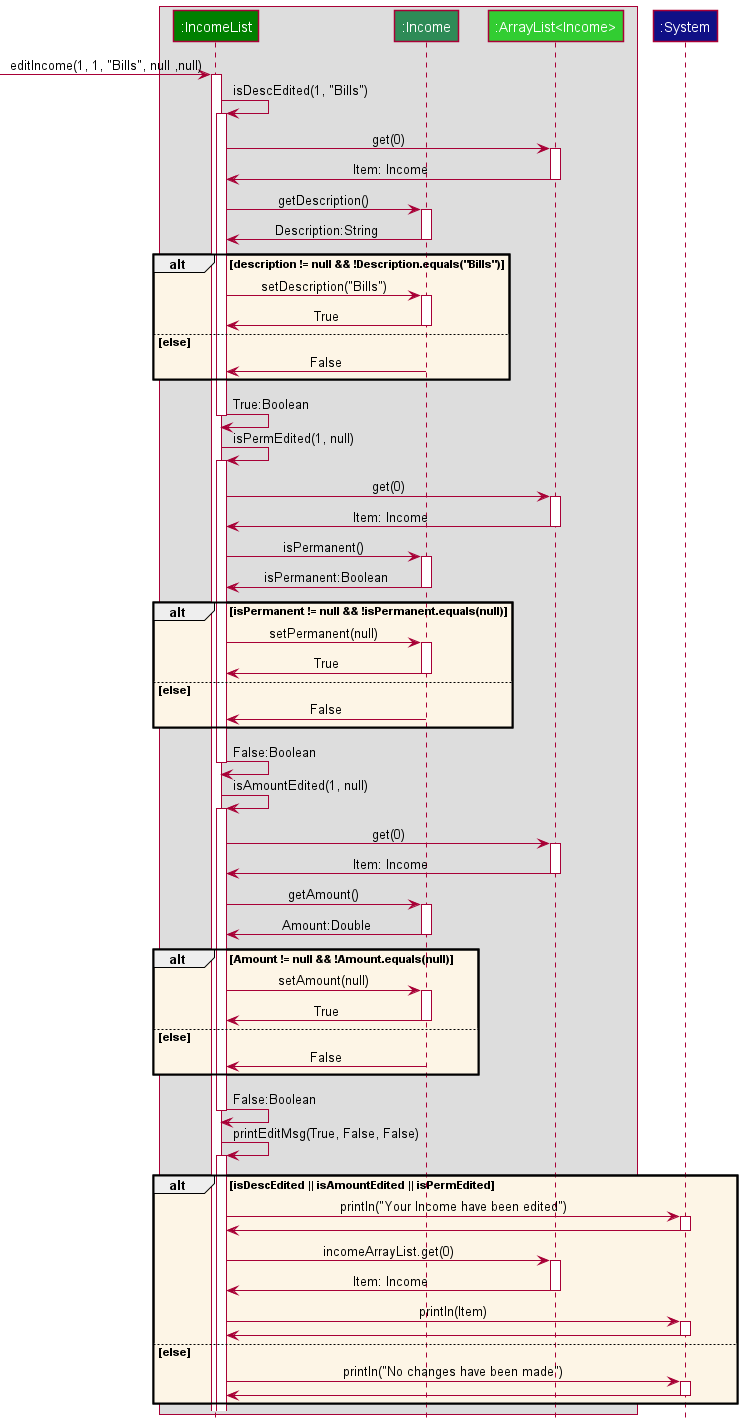
Above: docs/images/EditIncomeSequence.png in nus-cs2113-AY2122S2/tp (PlantUML), before the change. Source of this version:
```plantuml
@startuml
!include style.puml

box
    participant ":IncomeList" as Ilist MONEY_COLOR
    participant ":Income" as Inc MONEY_COLOR_T1
    participant ":ArrayList<Income>" as Alist MONEY_COLOR_T2
end box

participant ":System" as System LOGIC_COLOR

[-> Ilist: editIncome(1, 1, "Bills", null ,null)
activate Ilist
Ilist -> Ilist: isDescEdited(1, "Bills")
activate Ilist
Ilist -> Alist: get(0)
activate Alist
Alist -> Ilist : Item: Income
deactivate Alist
Ilist -> Inc: getDescription()
activate Inc
Inc -> Ilist: Description:String
deactivate Inc

alt OPT_COLOR description != null && !Description.equals("Bills")
    Ilist -> Inc: setDescription("Bills")
    activate Inc
    Inc -> Ilist: True
    deactivate Inc
else else
    Inc -> Ilist: False
    deactivate Inc
end alt

Ilist -> Ilist: True:Boolean
deactivate Ilist
deactivate Alist

Ilist -> Ilist: isPermEdited(1, null)
activate Ilist
Ilist -> Alist: get(0)
activate Alist
Alist -> Ilist : Item: Income
deactivate Alist
Ilist -> Inc: isPermanent()
activate Inc
Inc -> Ilist: isPermanent:Boolean
deactivate Inc

alt OPT_COLOR isPermanent != null && !isPermanent.equals(null)
    Ilist -> Inc: setPermanent(null)
    activate Inc
    Inc -> Ilist: True
    deactivate Inc
else else
    Inc -> Ilist: False
    deactivate Inc
end alt

Ilist -> Ilist: False:Boolean
deactivate Ilist
deactivate Alist

Ilist -> Ilist: isAmountEdited(1, null)
activate Ilist
Ilist -> Alist: get(0)
activate Alist
Alist -> Ilist : Item: Income
deactivate Alist
Ilist -> Inc: getAmount()
activate Inc
Inc -> Ilist: Amount:Double
deactivate Inc

alt OPT_COLOR Amount != null && !Amount.equals(null)
    Ilist -> Inc: setAmount(null)
    activate Inc
    Inc -> Ilist: True
    deactivate Inc
else else
    Inc -> Ilist: False
    deactivate Inc
end alt

Ilist -> Ilist: False:Boolean
deactivate Ilist
deactivate Alist

Ilist -> Ilist: printEditMsg(True, False, False)
activate Ilist
alt OPT_COLOR isDescEdited || isAmountEdited || isPermEdited
    Ilist -> System:println("Your Income have been edited")
    activate System
    Ilist <- System
    deactivate System
    Ilist -> Alist: incomeArrayList.get(0)
    activate Alist
    Alist -> Ilist : Item: Income
    deactivate Alist
    Ilist -> System:println(Item)
    activate System
    Ilist <- System
    deactivate System
else else
    Ilist -> System:println("No changes have been made")
    activate System
    Ilist <- System
    deactivate System
end alt




@enduml
```
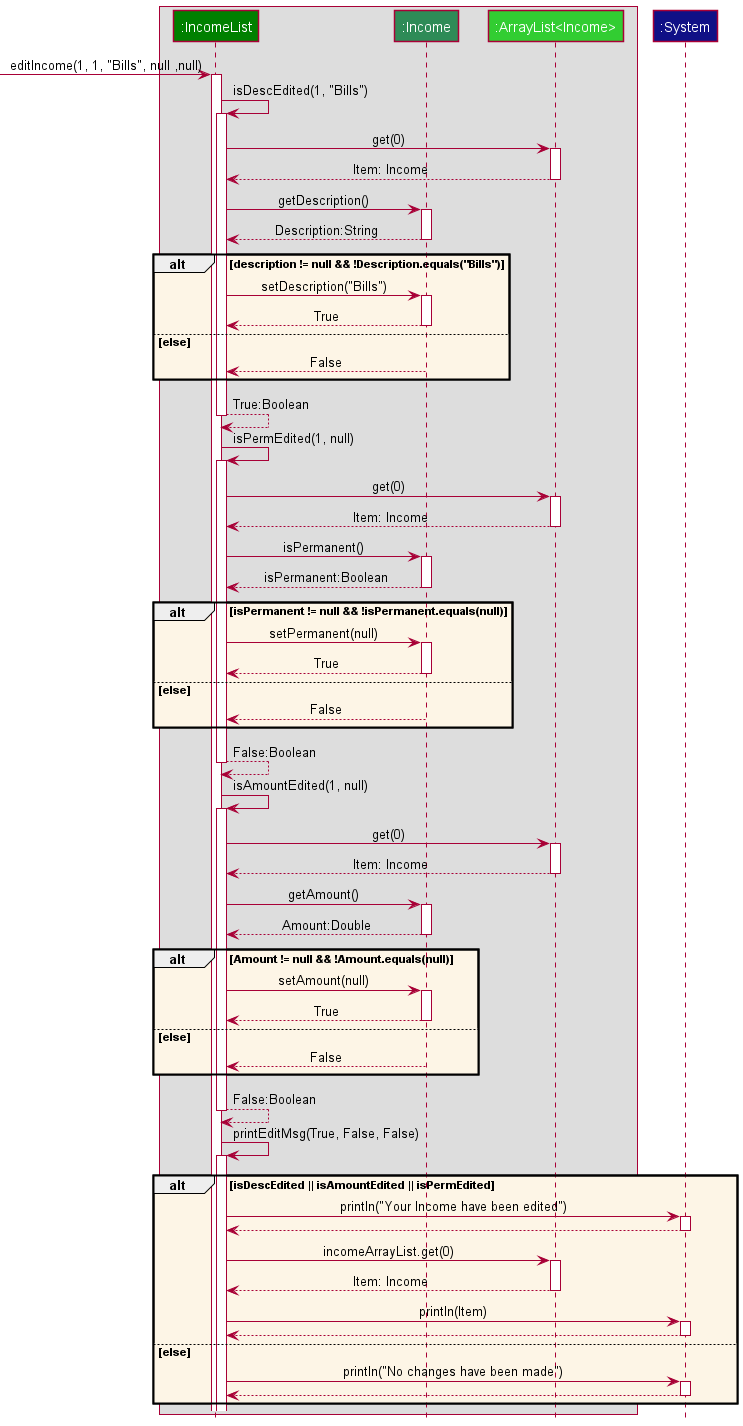
After the commit.

Commit message:
Updated Edit Income sequence diagrams

Diff of the diagram source:
```diff
@@ -15,24 +15,24 @@
 activate Ilist
 Ilist -> Alist: get(0)
 activate Alist
-Alist -> Ilist : Item: Income
+Alist --> Ilist : Item: Income
 deactivate Alist
 Ilist -> Inc: getDescription()
 activate Inc
-Inc -> Ilist: Description:String
+Inc --> Ilist: Description:String
 deactivate Inc
 
 alt OPT_COLOR description != null && !Description.equals("Bills")
     Ilist -> Inc: setDescription("Bills")
     activate Inc
-    Inc -> Ilist: True
+    Inc --> Ilist: True
     deactivate Inc
 else else
-    Inc -> Ilist: False
+    Inc --> Ilist: False
     deactivate Inc
 end alt
 
-Ilist -> Ilist: True:Boolean
+Ilist --> Ilist: True:Boolean
 deactivate Ilist
 deactivate Alist
 
@@ -40,24 +40,24 @@
 activate Ilist
 Ilist -> Alist: get(0)
 activate Alist
-Alist -> Ilist : Item: Income
+Alist --> Ilist : Item: Income
 deactivate Alist
 Ilist -> Inc: isPermanent()
 activate Inc
-Inc -> Ilist: isPermanent:Boolean
+Inc --> Ilist: isPermanent:Boolean
 deactivate Inc
 
 alt OPT_COLOR isPermanent != null && !isPermanent.equals(null)
     Ilist -> Inc: setPermanent(null)
     activate Inc
-    Inc -> Ilist: True
+    Inc --> Ilist: True
     deactivate Inc
 else else
-    Inc -> Ilist: False
+    Inc --> Ilist: False
     deactivate Inc
 end alt
 
-Ilist -> Ilist: False:Boolean
+Ilist --> Ilist: False:Boolean
 deactivate Ilist
 deactivate Alist
 
@@ -65,24 +65,24 @@
 activate Ilist
 Ilist -> Alist: get(0)
 activate Alist
-Alist -> Ilist : Item: Income
+Alist --> Ilist : Item: Income
 deactivate Alist
 Ilist -> Inc: getAmount()
 activate Inc
-Inc -> Ilist: Amount:Double
+Inc --> Ilist: Amount:Double
 deactivate Inc
 
 alt OPT_COLOR Amount != null && !Amount.equals(null)
     Ilist -> Inc: setAmount(null)
     activate Inc
-    Inc -> Ilist: True
+    Inc --> Ilist: True
     deactivate Inc
 else else
-    Inc -> Ilist: False
+    Inc --> Ilist: False
     deactivate Inc
 end alt
 
-Ilist -> Ilist: False:Boolean
+Ilist --> Ilist: False:Boolean
 deactivate Ilist
 deactivate Alist
 
@@ -91,20 +91,20 @@
 alt OPT_COLOR isDescEdited || isAmountEdited || isPermEdited
     Ilist -> System:println("Your Income have been edited")
     activate System
-    Ilist <- System
+    Ilist <-- System
     deactivate System
     Ilist -> Alist: incomeArrayList.get(0)
     activate Alist
-    Alist -> Ilist : Item: Income
+    Alist --> Ilist : Item: Income
     deactivate Alist
     Ilist -> System:println(Item)
     activate System
-    Ilist <- System
+    Ilist <-- System
     deactivate System
 else else
     Ilist -> System:println("No changes have been made")
     activate System
-    Ilist <- System
+    Ilist <-- System
     deactivate System
 end alt
 
```
